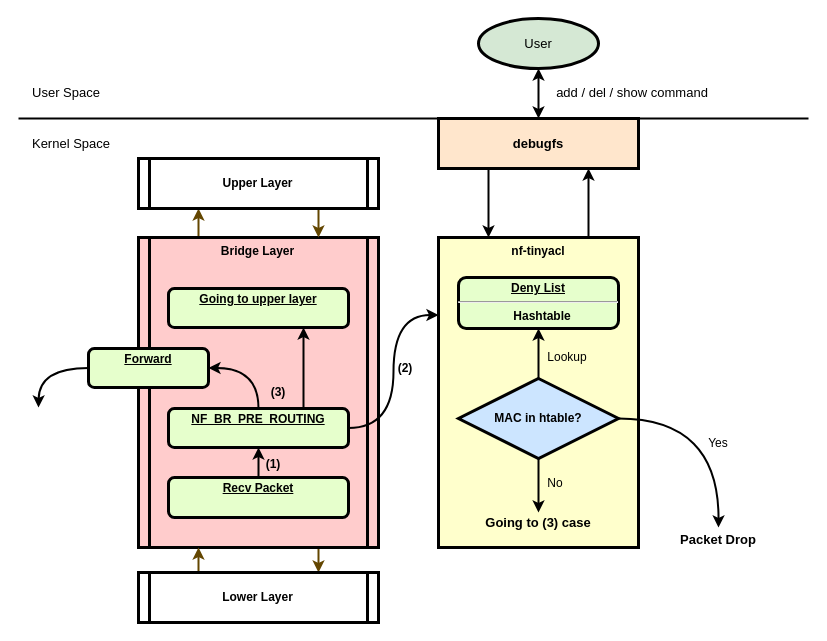
Above: resources/diagram/diagram.drawio in net-rw/nf-tinyacl (draw.io), before the change. Source tidied: cells renumbered, new cells numbered last; positions are measured from the earlier drawing's top-left corner, leaving out a move shared by most shapes. Both pictures are drawn from the tidied source at 100%, with x=0, y=0 at pixel (18, 18).
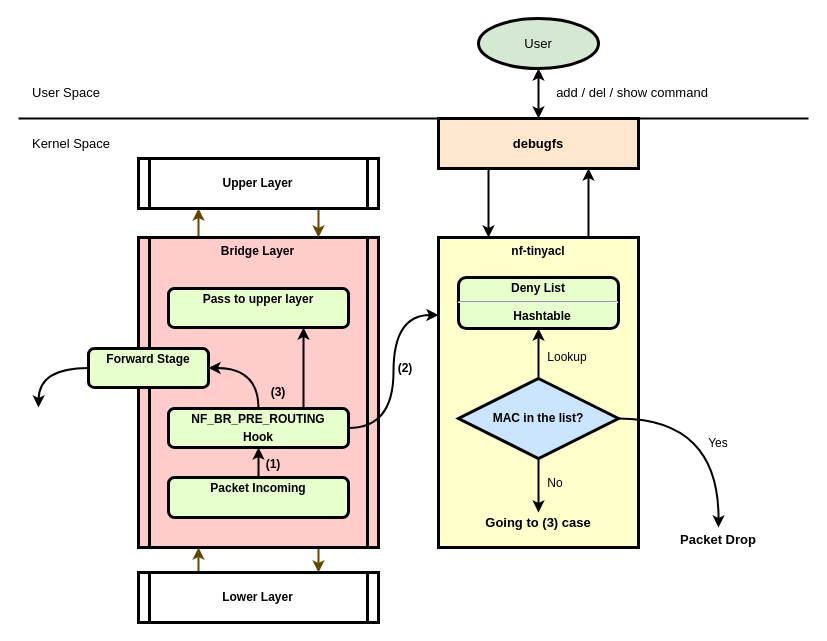
Above is the later version.

What changed in the source:
```diff
@@
-    <mxCell id="10" value="&lt;p style=&quot;margin: 0px ; margin-top: 4px ; text-align: center ; text-decoration: underline&quot;&gt;Recv Packet&lt;/p&gt;" style="verticalAlign=middle;align=center;overflow=fill;fontSize=12;fontFamily=Helvetica;html=1;rounded=1;fontStyle=1;strokeWidth=3;fillColor=#E6FFCC;" parent="1" vertex="1">
+    <mxCell id="10" value="&lt;p style=&quot;margin: 4px 0px 0px ; text-align: center&quot;&gt;Packet Incoming&lt;/p&gt;" style="verticalAlign=middle;align=center;overflow=fill;fontSize=12;fontFamily=Helvetica;html=1;rounded=1;fontStyle=1;strokeWidth=3;fillColor=#E6FFCC;" parent="1" vertex="1">
       <mxGeometry x="150" y="459" width="180" height="40" as="geometry" />
     </mxCell>
@@
-    <mxCell id="14" value="&lt;p style=&quot;margin: 4px 0px 0px; text-align: center; text-decoration: underline; font-size: 12px;&quot;&gt;NF_BR_PRE_ROUTING&lt;/p&gt;" style="verticalAlign=middle;align=center;overflow=fill;fontSize=12;fontFamily=Helvetica;html=1;rounded=1;fontStyle=1;strokeWidth=3;fillColor=#E6FFCC;" parent="1" vertex="1">
+    <mxCell id="14" value="&lt;p style=&quot;margin: 4px 0px 0px ; text-align: center ; font-size: 12px&quot;&gt;&lt;span&gt;NF_BR_PRE_ROUTING&lt;/span&gt;&lt;br&gt;&lt;/p&gt;&lt;p style=&quot;margin: 4px 0px 0px ; text-align: center ; font-size: 12px&quot;&gt;&lt;span&gt;Hook&lt;/span&gt;&lt;/p&gt;" style="verticalAlign=middle;align=center;overflow=fill;fontSize=12;fontFamily=Helvetica;html=1;rounded=1;fontStyle=1;strokeWidth=3;fillColor=#E6FFCC;labelPosition=center;verticalLabelPosition=middle;" parent="1" vertex="1">
       <mxGeometry x="150" y="390" width="180" height="39" as="geometry" />
     </mxCell>
@@
-    <mxCell id="18" value="&lt;p style=&quot;margin: 0px ; margin-top: 4px ; text-align: center ; text-decoration: underline&quot;&gt;Forward&lt;/p&gt;" style="verticalAlign=middle;align=center;overflow=fill;fontSize=12;fontFamily=Helvetica;html=1;rounded=1;fontStyle=1;strokeWidth=3;fillColor=#E6FFCC;" parent="1" vertex="1">
+    <mxCell id="18" value="&lt;p style=&quot;margin: 4px 0px 0px ; text-align: center&quot;&gt;Forward Stage&lt;/p&gt;" style="verticalAlign=middle;align=center;overflow=fill;fontSize=12;fontFamily=Helvetica;html=1;rounded=1;fontStyle=1;strokeWidth=3;fillColor=#E6FFCC;spacingTop=0;" parent="1" vertex="1">
       <mxGeometry x="70" y="330" width="120" height="39" as="geometry" />
     </mxCell>
-    <mxCell id="19" value="&lt;p style=&quot;margin: 4px 0px 0px ; text-align: center ; text-decoration: underline ; font-size: 12px&quot;&gt;Going to upper layer&lt;/p&gt;" style="verticalAlign=middle;align=center;overflow=fill;fontSize=12;fontFamily=Helvetica;html=1;rounded=1;fontStyle=1;strokeWidth=3;fillColor=#E6FFCC;" parent="1" vertex="1">
+    <mxCell id="19" value="&lt;p style=&quot;margin: 4px 0px 0px ; text-align: center ; font-size: 12px&quot;&gt;Pass to upper layer&lt;/p&gt;" style="verticalAlign=middle;align=center;overflow=fill;fontSize=12;fontFamily=Helvetica;html=1;rounded=1;fontStyle=1;strokeWidth=3;fillColor=#E6FFCC;" parent="1" vertex="1">
       <mxGeometry x="150" y="270" width="180" height="39" as="geometry" />
     </mxCell>
@@
-    <mxCell id="23" value="MAC in htable?" style="rhombus;whiteSpace=wrap;html=1;fontSize=12;rounded=0;strokeWidth=3;fillColor=#CCE5FF;fontStyle=1;" parent="1" vertex="1">
+    <mxCell id="23" value="MAC in the list?" style="rhombus;whiteSpace=wrap;html=1;fontSize=12;rounded=0;strokeWidth=3;fillColor=#CCE5FF;fontStyle=1;" parent="1" vertex="1">
       <mxGeometry x="440" y="360" width="160" height="80" as="geometry" />
     </mxCell>
-    <mxCell id="24" value="&lt;p style=&quot;margin: 0px ; margin-top: 4px ; text-align: center ; text-decoration: underline&quot;&gt;&lt;strong&gt;Deny List&lt;/strong&gt;&lt;/p&gt;&lt;hr&gt;&lt;p style=&quot;margin: 0px ; margin-left: 8px&quot;&gt;Hashtable&lt;/p&gt;" style="verticalAlign=middle;align=center;overflow=fill;fontSize=12;fontFamily=Helvetica;html=1;rounded=1;fontStyle=1;strokeWidth=3;fillColor=#E6FFCC;" parent="1" vertex="1">
+    <mxCell id="24" value="&lt;p style=&quot;margin: 4px 0px 0px ; text-align: center&quot;&gt;&lt;strong&gt;Deny List&lt;/strong&gt;&lt;/p&gt;&lt;hr&gt;&lt;p style=&quot;margin: 0px ; margin-left: 8px&quot;&gt;Hashtable&lt;/p&gt;" style="verticalAlign=middle;align=center;overflow=fill;fontSize=12;fontFamily=Helvetica;html=1;rounded=1;fontStyle=1;strokeWidth=3;fillColor=#E6FFCC;" parent="1" vertex="1">
       <mxGeometry x="440" y="259" width="160" height="51" as="geometry" />
     </mxCell>
```
